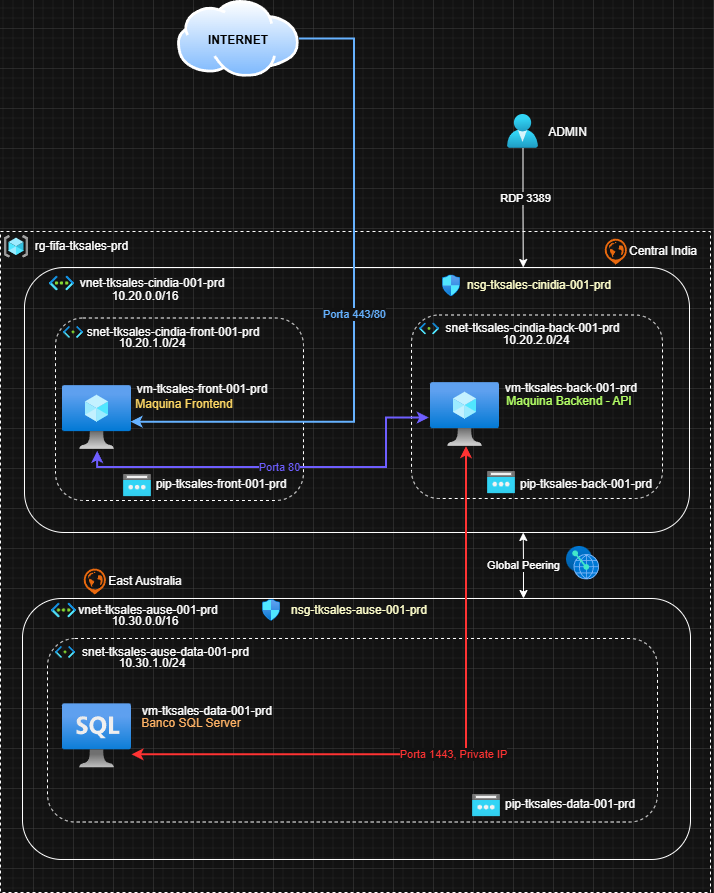
The draw.io diagram Arquitetura Projeto/Arquitetura Copa do Mundo Azure TFTEC 2026.drawio.png in Passos-Gabriel/Copa-Azure-TFTEC-2026, before a commit. Source tidied: cells renumbered, new cells last; positions are measured from the earlier drawing's top-left corner, leaving out a move shared by most shapes.
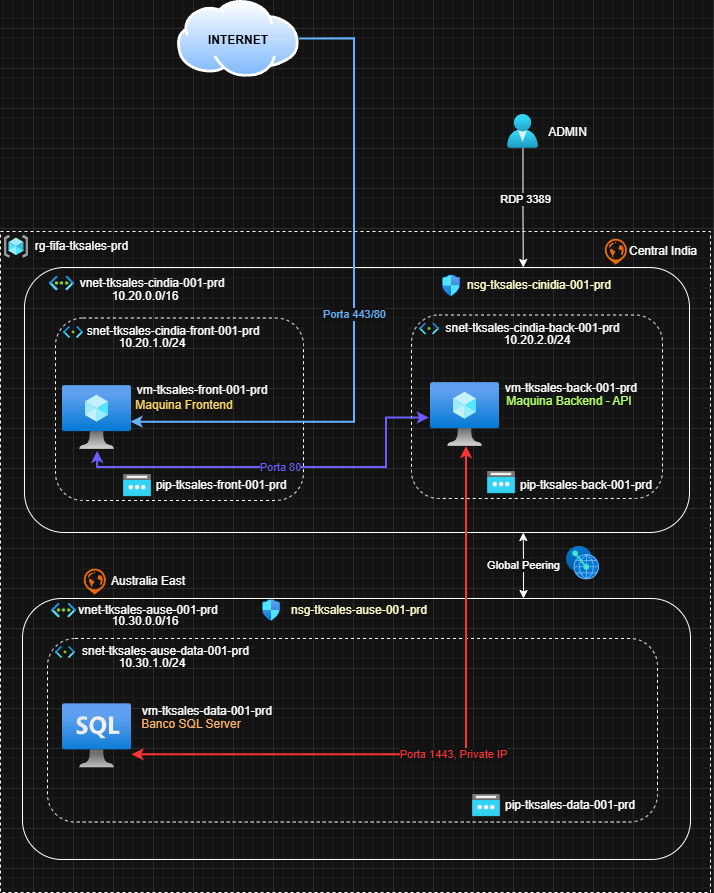
Above is the later version.

Diff of the diagram source:
```diff
@@ -158,8 +158,8 @@
     <mxCell id="48" style="html=1;align=center;shadow=0;dashed=0;fillColor=#FF6A00;strokeColor=none;shape=mxgraph.alibaba_cloud.region;" parent="1" vertex="1">
       <mxGeometry x="82" y="567.2" width="23.4" height="26.8" as="geometry" />
     </mxCell>
-    <mxCell id="49" value="East Australia" style="text;html=1;whiteSpace=wrap;strokeColor=none;fillColor=none;align=center;verticalAlign=middle;rounded=0;" parent="1" vertex="1">
-      <mxGeometry x="95" y="578" width="100" height="5.2" as="geometry" />
+    <mxCell id="49" value="Australia East" style="text;html=1;whiteSpace=wrap;strokeColor=none;fillColor=none;align=center;verticalAlign=middle;rounded=0;" parent="1" vertex="1">
+      <mxGeometry x="98" y="578" width="100" height="5.2" as="geometry" />
     </mxCell>
     <mxCell id="50" value="10.20.0.0/16" style="text;html=1;whiteSpace=wrap;strokeColor=none;fillColor=none;align=center;verticalAlign=middle;rounded=0;" parent="1" vertex="1">
       <mxGeometry x="69" y="290.5" width="152" height="11" as="geometry" />
```
